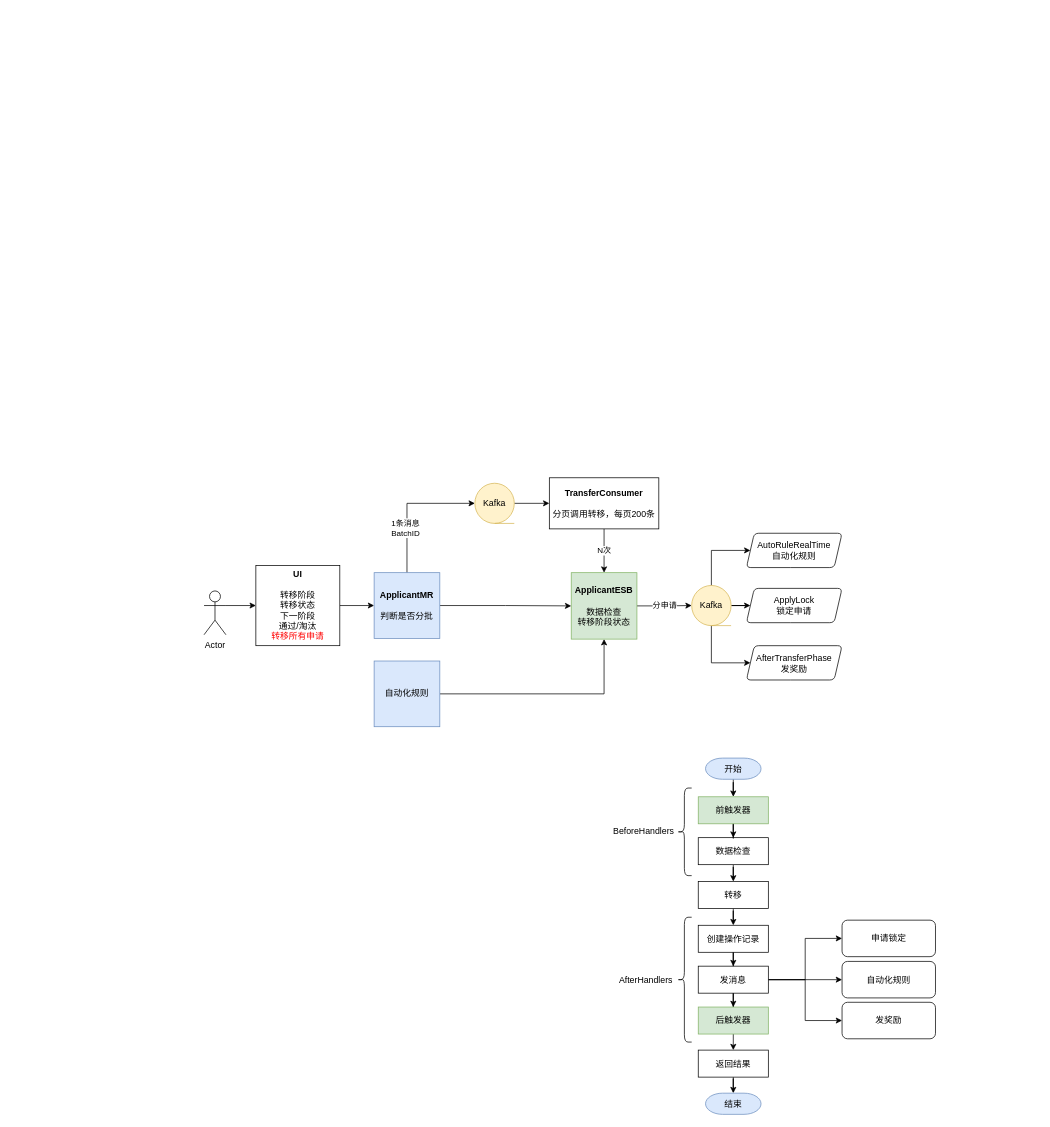
This is 转移阶段流程.drawio from Lucas20029/MyDiagrams, a draw.io file, before an edit. Source tidied: cells renumbered, new cells numbered last; positions are measured from the earlier drawing's top-left corner, leaving out a move shared by most shapes. Both pictures are drawn from the tidied source at 73%, with x=0, y=0 at pixel (204, 477).
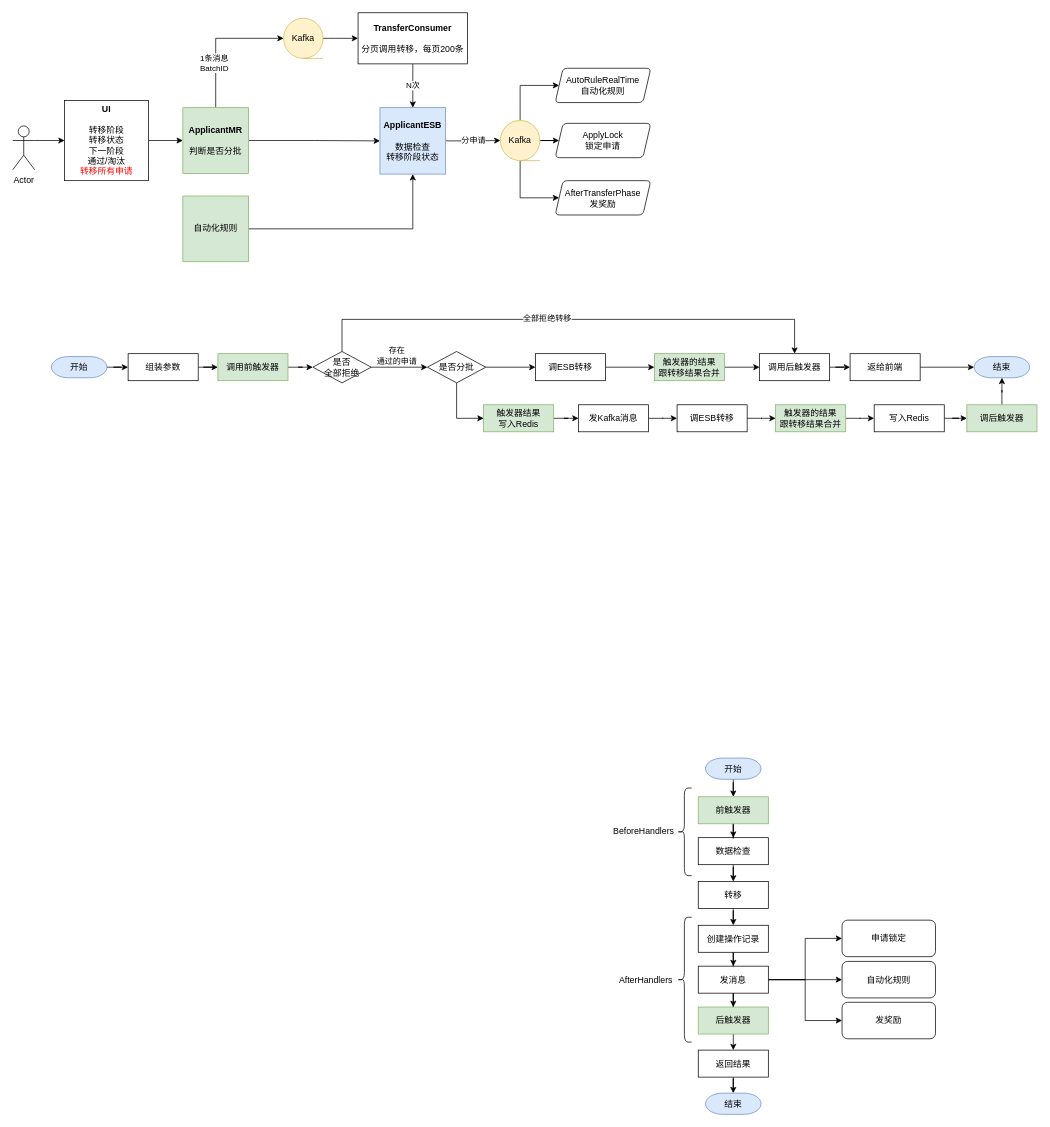
The same page after the edit.

Commit message:
Update 转移阶段流程.drawio

Change to the diagram source:
```diff
@@
     <mxCell id="3" value="Actor" style="shape=umlActor;verticalLabelPosition=bottom;verticalAlign=top;html=1;outlineConnect=0;" parent="1" vertex="1">
-      <mxGeometry y="155" width="30" height="60" as="geometry" />
+      <mxGeometry x="-262" y="-482" width="30" height="60" as="geometry" />
     </mxCell>
@@
     <mxCell id="5" value="&lt;b&gt;UI&lt;br&gt;&lt;/b&gt;&lt;br&gt;转移阶段&lt;br&gt;转移状态&lt;br&gt;下一阶段&lt;br&gt;通过/淘汰&lt;br&gt;&lt;font color=&quot;#ff0000&quot;&gt;转移所有申请&lt;/font&gt;" style="rounded=0;whiteSpace=wrap;html=1;" parent="1" vertex="1">
-      <mxGeometry x="71" y="120" width="115" height="110" as="geometry" />
+      <mxGeometry x="-191" y="-517" width="115" height="110" as="geometry" />
     </mxCell>
@@
-    <mxCell id="9" value="&lt;b&gt;ApplicantMR&lt;br&gt;&lt;/b&gt;&lt;br&gt;判断是否分批" style="rounded=0;whiteSpace=wrap;html=1;fillColor=#dae8fc;strokeColor=#6c8ebf;" parent="1" vertex="1">
-      <mxGeometry x="233" y="130" width="90" height="90" as="geometry" />
+    <mxCell id="9" value="&lt;b&gt;ApplicantMR&lt;br&gt;&lt;/b&gt;&lt;br&gt;判断是否分批" style="rounded=0;whiteSpace=wrap;html=1;fillColor=#d5e8d4;strokeColor=#82b366;" parent="1" vertex="1">
+      <mxGeometry x="-29" y="-507" width="90" height="90" as="geometry" />
     </mxCell>
@@
     <mxCell id="11" value="&lt;b&gt;TransferConsumer&lt;br&gt;&lt;/b&gt;&lt;br&gt;分页调用转移，每页200条" style="rounded=0;whiteSpace=wrap;html=1;" parent="1" vertex="1">
-      <mxGeometry x="473" width="150" height="70" as="geometry" />
+      <mxGeometry x="211" y="-637" width="150" height="70" as="geometry" />
     </mxCell>
@@
-    <mxCell id="14" value="&lt;b&gt;ApplicantESB&lt;/b&gt;&lt;br&gt;&lt;br&gt;数据检查&lt;br&gt;转移阶段状态" style="rounded=0;whiteSpace=wrap;html=1;fillColor=#d5e8d4;strokeColor=#82b366;" parent="1" vertex="1">
-      <mxGeometry x="503" y="130" width="90" height="91" as="geometry" />
+    <mxCell id="14" value="&lt;b&gt;ApplicantESB&lt;/b&gt;&lt;br&gt;&lt;br&gt;数据检查&lt;br&gt;转移阶段状态" style="rounded=0;whiteSpace=wrap;html=1;fillColor=#dae8fc;strokeColor=#6c8ebf;" parent="1" vertex="1">
+      <mxGeometry x="241" y="-507" width="90" height="91" as="geometry" />
     </mxCell>
@@
-    <mxCell id="16" value="自动化规则" style="rounded=0;whiteSpace=wrap;html=1;fillColor=#dae8fc;strokeColor=#6c8ebf;" parent="1" vertex="1">
-      <mxGeometry x="233" y="251" width="90" height="90" as="geometry" />
+    <mxCell id="16" value="自动化规则" style="rounded=0;whiteSpace=wrap;html=1;fillColor=#d5e8d4;strokeColor=#82b366;" parent="1" vertex="1">
+      <mxGeometry x="-29" y="-386" width="90" height="90" as="geometry" />
     </mxCell>
@@
     <mxCell id="39" style="edgeStyle=orthogonalEdgeStyle;rounded=0;jettySize=auto;html=1;exitX=0.5;exitY=0;exitDx=0;exitDy=0;exitPerimeter=0;entryX=0;entryY=0.5;entryDx=0;entryDy=0;" parent="1" edge="1" source="42" target="43">
       <mxGeometry relative="1" as="geometry">
         <Array as="points">
-          <mxPoint x="695" y="100" />
+          <mxPoint x="433" y="-537" />
         </Array>
       </mxGeometry>
     </mxCell>
@@
     <mxCell id="41" style="edgeStyle=orthogonalEdgeStyle;rounded=0;jettySize=auto;html=1;exitX=0.5;exitY=1;exitDx=0;exitDy=0;exitPerimeter=0;entryX=0;entryY=0.5;entryDx=0;entryDy=0;" parent="1" edge="1" source="42" target="45">
       <mxGeometry relative="1" as="geometry">
         <Array as="points">
-          <mxPoint x="695" y="254" />
+          <mxPoint x="433" y="-383" />
         </Array>
       </mxGeometry>
     </mxCell>
     <mxCell id="42" value="Kafka" style="strokeWidth=1;html=1;shape=mxgraph.flowchart.sequential_data;whiteSpace=wrap;rounded=0;fillColor=#fff2cc;strokeColor=#d6b656;" parent="1" vertex="1">
-      <mxGeometry x="668" y="147.5" width="54" height="55" as="geometry" />
+      <mxGeometry x="406" y="-489.5" width="54" height="55" as="geometry" />
     </mxCell>
     <mxCell id="43" value="&lt;span&gt;AutoRuleRealTime&lt;br&gt;自动化规则&lt;br&gt;&lt;/span&gt;" style="shape=parallelogram;html=1;strokeWidth=1;perimeter=parallelogramPerimeter;whiteSpace=wrap;rounded=1;arcSize=12;size=0.0825;" parent="1" vertex="1">
-      <mxGeometry x="743" y="76" width="131" height="47" as="geometry" />
+      <mxGeometry x="481" y="-561" width="131" height="47" as="geometry" />
     </mxCell>
     <mxCell id="44" value="&lt;span style=&quot;text-align: left&quot;&gt;ApplyLock&lt;br&gt;锁定申请&lt;br&gt;&lt;/span&gt;" style="shape=parallelogram;html=1;strokeWidth=1;perimeter=parallelogramPerimeter;whiteSpace=wrap;rounded=1;arcSize=12;size=0.0825;" parent="1" vertex="1">
-      <mxGeometry x="743" y="151.5" width="131" height="47" as="geometry" />
+      <mxGeometry x="481" y="-485.5" width="131" height="47" as="geometry" />
     </mxCell>
     <mxCell id="45" value="AfterTransferPhase&lt;br&gt;发奖励" style="shape=parallelogram;html=1;strokeWidth=1;perimeter=parallelogramPerimeter;whiteSpace=wrap;rounded=1;arcSize=12;size=0.0825;" parent="1" vertex="1">
-      <mxGeometry x="743" y="230" width="131" height="47" as="geometry" />
+      <mxGeometry x="481" y="-407" width="131" height="47" as="geometry" />
     </mxCell>
     <mxCell id="46" value="Kafka" style="strokeWidth=1;html=1;shape=mxgraph.flowchart.sequential_data;whiteSpace=wrap;rounded=0;fillColor=#fff2cc;strokeColor=#d6b656;" parent="1" vertex="1">
-      <mxGeometry x="371" y="7.5" width="54" height="55" as="geometry" />
+      <mxGeometry x="109" y="-629.5" width="54" height="55" as="geometry" />
     </mxCell>
@@
+    <mxCell id="52" style="edgeStyle=orthogonalEdgeStyle;rounded=0;jettySize=auto;html=1;" parent="1" edge="1" source="53" target="57">
+      <mxGeometry relative="1" as="geometry" />
+    </mxCell>
+    <mxCell id="53" value="开始" style="strokeWidth=1;html=1;shape=mxgraph.flowchart.terminator;whiteSpace=wrap;rounded=0;fillColor=#dae8fc;strokeColor=#6c8ebf;" parent="1" vertex="1">
+      <mxGeometry x="-209" y="-166" width="76" height="29" as="geometry" />
+    </mxCell>
+    <mxCell id="54" style="edgeStyle=orthogonalEdgeStyle;rounded=0;jettySize=auto;html=1;" parent="1" edge="1" source="55" target="61">
+      <mxGeometry relative="1" as="geometry" />
+    </mxCell>
+    <mxCell id="55" value="调用前触发器" style="rounded=0;whiteSpace=wrap;html=1;fillColor=#d5e8d4;strokeColor=#82b366;" parent="1" vertex="1">
+      <mxGeometry x="19" y="-170" width="96" height="37" as="geometry" />
+    </mxCell>
+    <mxCell id="56" style="edgeStyle=orthogonalEdgeStyle;rounded=0;jettySize=auto;html=1;" parent="1" edge="1" source="57" target="55">
+      <mxGeometry relative="1" as="geometry" />
+    </mxCell>
+    <mxCell id="57" value="组装参数" style="rounded=0;whiteSpace=wrap;html=1;" parent="1" vertex="1">
+      <mxGeometry x="-104" y="-170" width="96" height="37" as="geometry" />
+    </mxCell>
+    <mxCell id="58" value="存在&lt;br&gt;通过的申请" style="edgeStyle=orthogonalEdgeStyle;rounded=0;jettySize=auto;html=1;exitX=1;exitY=0.5;exitDx=0;exitDy=0;" parent="1" edge="1" source="61" target="68">
+      <mxGeometry x="-0.09" y="16" relative="1" as="geometry" />
+    </mxCell>
+    <mxCell id="59" style="edgeStyle=orthogonalEdgeStyle;rounded=0;jettySize=auto;html=1;exitX=0.5;exitY=0;exitDx=0;exitDy=0;entryX=0.5;entryY=0;entryDx=0;entryDy=0;" parent="1" edge="1" source="61" target="83">
+      <mxGeometry relative="1" as="geometry">
+        <Array as="points">
+          <mxPoint x="189" y="-217" />
+          <mxPoint x="809" y="-217" />
+        </Array>
+      </mxGeometry>
+    </mxCell>
+    <mxCell id="60" value="全部拒绝转移" style="edgeLabel;html=1;align=center;verticalAlign=middle;" parent="59" vertex="1">
+      <mxGeometry x="-0.09" y="2" relative="1" as="geometry" />
+    </mxCell>
+    <mxCell id="61" value="是否&lt;br&gt;全部拒绝" style="rhombus;whiteSpace=wrap;html=1;" parent="1" vertex="1">
+      <mxGeometry x="149" y="-173" width="80" height="43" as="geometry" />
+    </mxCell>
+    <mxCell id="62" style="edgeStyle=orthogonalEdgeStyle;rounded=0;jettySize=auto;html=1;" parent="1" edge="1" source="63" target="65">
+      <mxGeometry relative="1" as="geometry" />
+    </mxCell>
+    <mxCell id="63" value="调ESB转移" style="rounded=0;whiteSpace=wrap;html=1;" parent="1" vertex="1">
+      <mxGeometry x="454" y="-170" width="96" height="37" as="geometry" />
+    </mxCell>
+    <mxCell id="64" style="edgeStyle=orthogonalEdgeStyle;rounded=0;jettySize=auto;html=1;" parent="1" edge="1" source="65" target="83">
+      <mxGeometry relative="1" as="geometry" />
+    </mxCell>
+    <mxCell id="65" value="触发器的结果&lt;br&gt;跟转移结果合并" style="rounded=0;whiteSpace=wrap;html=1;fillColor=#d5e8d4;strokeColor=#82b366;" parent="1" vertex="1">
+      <mxGeometry x="617" y="-170" width="96" height="37" as="geometry" />
+    </mxCell>
+    <mxCell id="66" style="edgeStyle=orthogonalEdgeStyle;rounded=0;jettySize=auto;html=1;" parent="1" edge="1" source="68" target="63">
+      <mxGeometry relative="1" as="geometry" />
+    </mxCell>
+    <mxCell id="67" style="edgeStyle=orthogonalEdgeStyle;rounded=0;jettySize=auto;html=1;exitX=0.5;exitY=1;exitDx=0;exitDy=0;entryX=0;entryY=0.5;entryDx=0;entryDy=0;" parent="1" edge="1" source="68" target="70">
+      <mxGeometry relative="1" as="geometry" />
+    </mxCell>
+    <mxCell id="68" value="是否分批" style="rhombus;whiteSpace=wrap;html=1;" parent="1" vertex="1">
+      <mxGeometry x="306" y="-173" width="80" height="43" as="geometry" />
+    </mxCell>
+    <mxCell id="69" style="edgeStyle=orthogonalEdgeStyle;rounded=0;jettySize=auto;html=1;" parent="1" edge="1" source="70" target="72">
+      <mxGeometry relative="1" as="geometry" />
+    </mxCell>
+    <mxCell id="70" value="触发器结果&lt;br&gt;写入Redis" style="rounded=0;whiteSpace=wrap;html=1;fillColor=#d5e8d4;strokeColor=#82b366;" parent="1" vertex="1">
+      <mxGeometry x="383" y="-100" width="96" height="37" as="geometry" />
+    </mxCell>
+    <mxCell id="71" style="edgeStyle=orthogonalEdgeStyle;rounded=0;jettySize=auto;html=1;" parent="1" edge="1" source="72" target="74">
+      <mxGeometry relative="1" as="geometry" />
+    </mxCell>
+    <mxCell id="72" value="发Kafka消息" style="rounded=0;whiteSpace=wrap;html=1;" parent="1" vertex="1">
+      <mxGeometry x="513" y="-100" width="96" height="37" as="geometry" />
+    </mxCell>
+    <mxCell id="73" style="edgeStyle=orthogonalEdgeStyle;rounded=0;jettySize=auto;html=1;" parent="1" edge="1" source="74" target="76">
+      <mxGeometry relative="1" as="geometry" />
+    </mxCell>
+    <mxCell id="74" value="调ESB转移" style="rounded=0;whiteSpace=wrap;html=1;" parent="1" vertex="1">
+      <mxGeometry x="648" y="-100" width="96" height="37" as="geometry" />
+    </mxCell>
+    <mxCell id="75" style="edgeStyle=orthogonalEdgeStyle;rounded=0;jettySize=auto;html=1;" parent="1" edge="1" source="76" target="80">
+      <mxGeometry relative="1" as="geometry" />
+    </mxCell>
+    <mxCell id="76" value="触发器的结果&lt;br&gt;跟转移结果合并" style="rounded=0;whiteSpace=wrap;html=1;fillColor=#d5e8d4;strokeColor=#82b366;" parent="1" vertex="1">
+      <mxGeometry x="783" y="-100" width="96" height="37" as="geometry" />
+    </mxCell>
+    <mxCell id="77" style="edgeStyle=orthogonalEdgeStyle;rounded=0;jettySize=auto;html=1;" parent="1" edge="1" source="78" target="81">
+      <mxGeometry relative="1" as="geometry" />
+    </mxCell>
+    <mxCell id="78" value="返给前端" style="rounded=0;whiteSpace=wrap;html=1;" parent="1" vertex="1">
+      <mxGeometry x="885" y="-170" width="96" height="37" as="geometry" />
+    </mxCell>
+    <mxCell id="79" style="edgeStyle=orthogonalEdgeStyle;rounded=0;jettySize=auto;html=1;" parent="1" edge="1" source="80" target="85">
+      <mxGeometry relative="1" as="geometry" />
+    </mxCell>
+    <mxCell id="80" value="写入Redis" style="rounded=0;whiteSpace=wrap;html=1;" parent="1" vertex="1">
+      <mxGeometry x="918" y="-100" width="96" height="37" as="geometry" />
+    </mxCell>
+    <mxCell id="81" value="结束" style="strokeWidth=1;html=1;shape=mxgraph.flowchart.terminator;whiteSpace=wrap;rounded=0;fillColor=#dae8fc;strokeColor=#6c8ebf;" parent="1" vertex="1">
+      <mxGeometry x="1055" y="-166" width="76" height="29" as="geometry" />
+    </mxCell>
+    <mxCell id="82" style="edgeStyle=orthogonalEdgeStyle;rounded=0;jettySize=auto;html=1;" parent="1" edge="1" source="83" target="78">
+      <mxGeometry relative="1" as="geometry" />
+    </mxCell>
+    <mxCell id="83" value="调用后触发器" style="rounded=0;whiteSpace=wrap;html=1;" parent="1" vertex="1">
+      <mxGeometry x="761" y="-170" width="96" height="37" as="geometry" />
+    </mxCell>
+    <mxCell id="84" style="edgeStyle=orthogonalEdgeStyle;rounded=0;jettySize=auto;html=1;" parent="1" edge="1" source="85" target="81">
+      <mxGeometry relative="1" as="geometry" />
+    </mxCell>
+    <mxCell id="85" value="调后触发器" style="rounded=0;whiteSpace=wrap;html=1;fillColor=#d5e8d4;strokeColor=#82b366;" parent="1" vertex="1">
+      <mxGeometry x="1045" y="-100" width="96" height="37" as="geometry" />
+    </mxCell>
```
